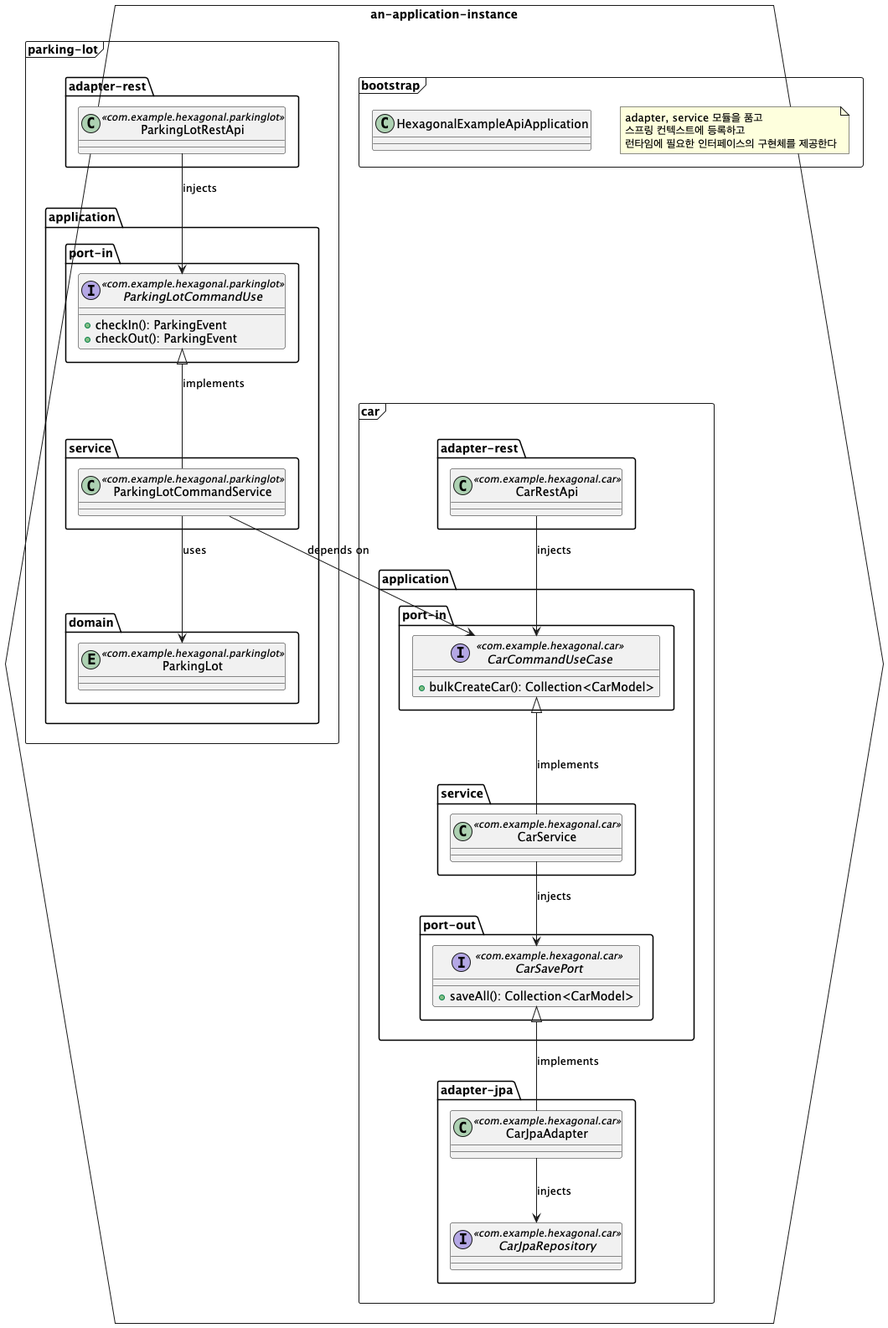
Above: kotlin/docs/module-0.png in appkr/hexagonal-example (PlantUML), before the change.
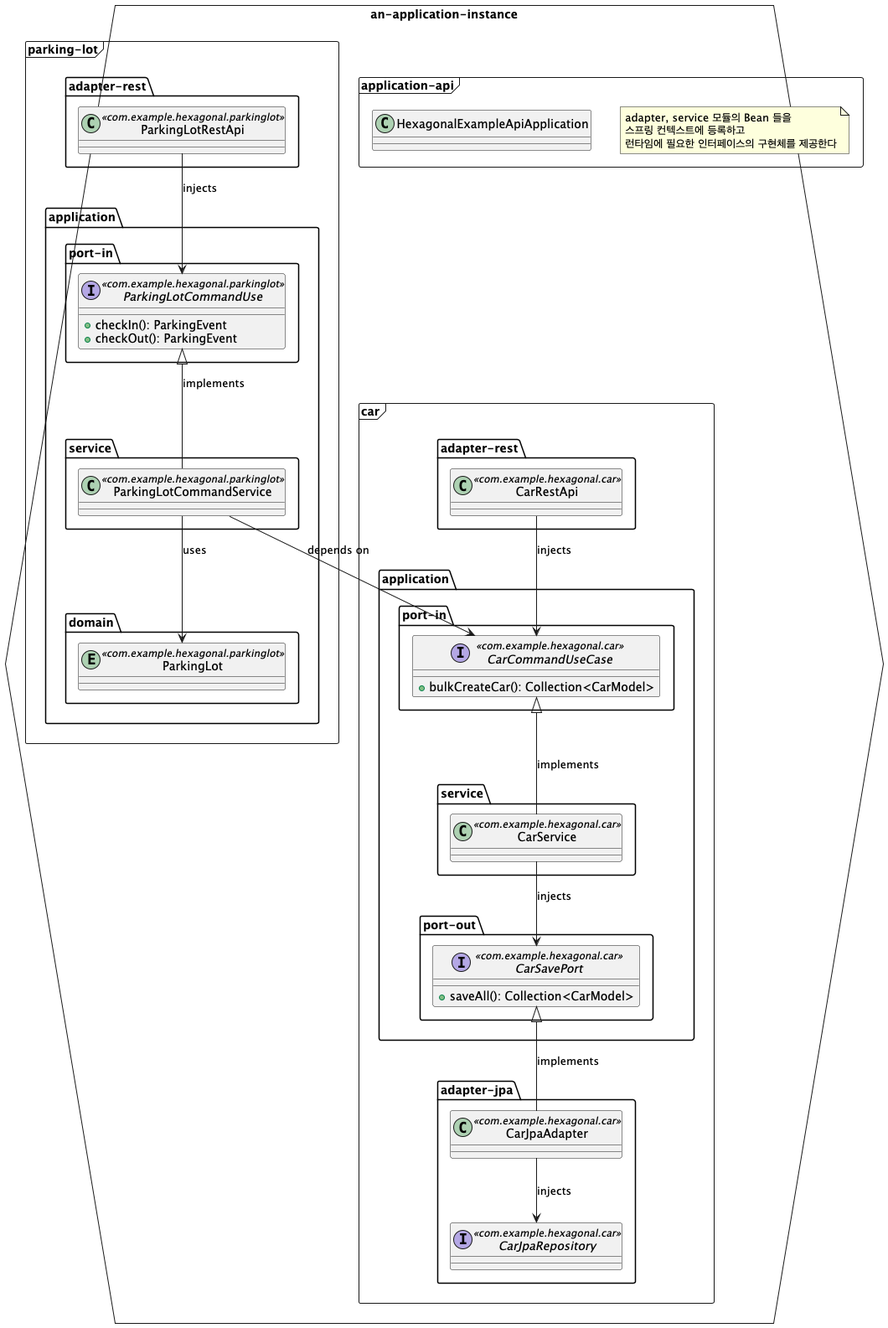
Later version of the same file.

Commit message:
jib extensions 적용, bootstrap -> application-api 이름 변경

Diff of the diagram source:
```diff
@@ -64,10 +64,10 @@
         CarJpaAdapter -up-|> CarSavePort: implements
     }
 
-    frame bootstrap {
+    frame application-api {
         class HexagonalExampleApiApplication
 
-        note "adapter, service 모듈을 품고 \n스프링 컨텍스트에 등록하고 \n런타임에 필요한 인터페이스의 구현체를 제공한다" as N1
+        note "adapter, service 모듈의 Bean 들을 \n스프링 컨텍스트에 등록하고 \n런타임에 필요한 인터페이스의 구현체를 제공한다" as N1
     }
 
     ParkingLotCommandService --> CarCommandUseCase: depends on
```
